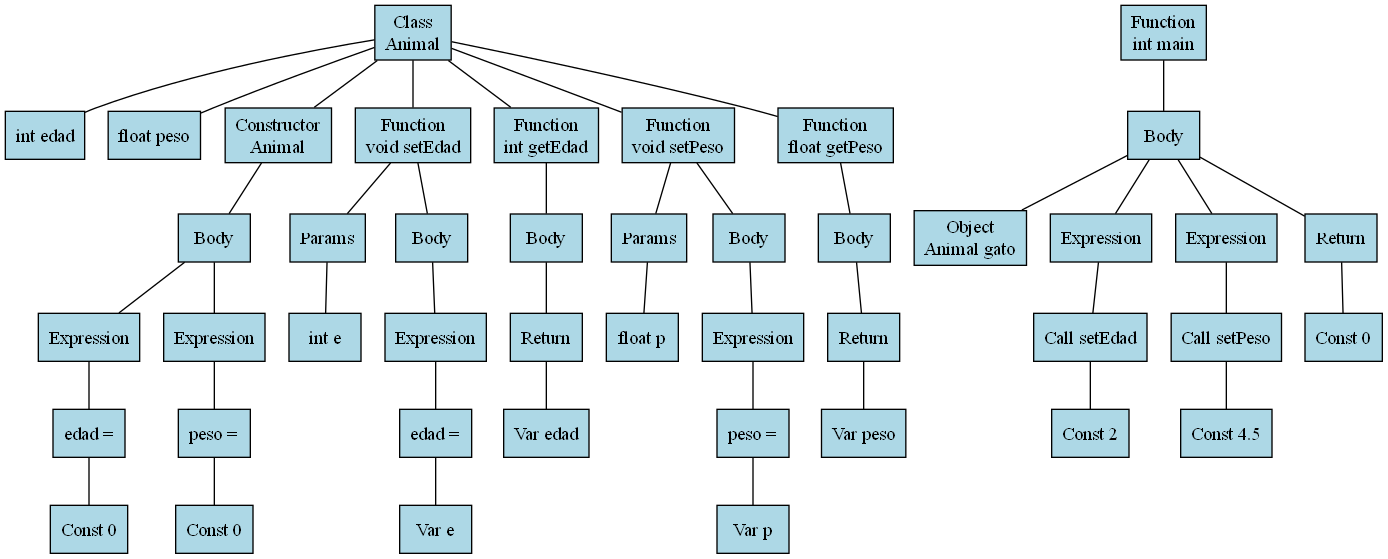
Above: ast.png in MiguelCano-ia/mini-c-plusplus (Graphviz), before the change. Its source is kept beside it as ast.dot.
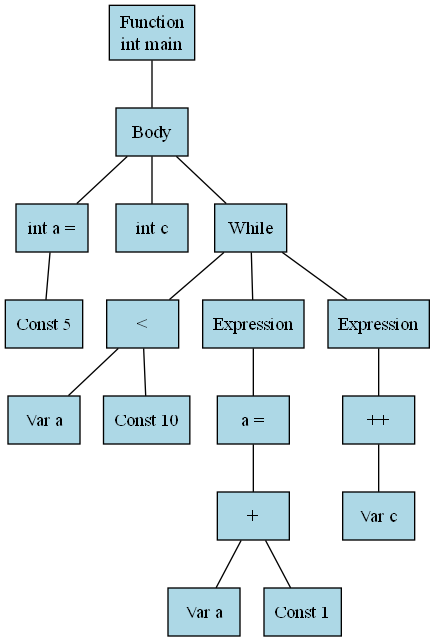
After the change.

Change to the diagram source:
```diff
@@ -1,98 +1,38 @@
 digraph ast {
 	node [fillcolor=lightblue font=bold fontcolor=black shape=box style=filled]
 	edge [arrowhead=none color=black]
-	n1 [label="Class
-Animal"]
-	n2 [label="int edad"]
-	n1 -> n2
-	n3 [label="float peso"]
+	n1 [label="Function
+int main"]
 	n1 -> n3
-	n4 [label="Constructor
-Animal"]
-	n4 -> n6
-	n6 [label=Body]
-	n7 [label=Expression]
-	n8 [label="edad ="]
-	n9 [label="Const 0"]
+	n3 [label=Body]
+	n4 [label="int a ="]
+	n5 [label="Const 5"]
+	n4 -> n5
+	n3 -> n4
+	n6 [label="int c"]
+	n3 -> n6
+	n7 [label=While]
+	n8 [label="<"]
+	n9 [label="Var a"]
+	n10 [label="Const 10"]
 	n8 -> n9
+	n8 -> n10
 	n7 -> n8
-	n6 -> n7
-	n10 [label=Expression]
-	n11 [label="peso ="]
-	n12 [label="Const 0"]
-	n11 -> n12
-	n10 -> n11
-	n6 -> n10
-	n1 -> n4
-	n13 [label="Function
-void setEdad"]
-	n14 [label=Params]
-	n16 [label="int e"]
-	n14 -> n16
+	n11 [label=Expression]
+	n12 [label="a ="]
+	n13 [label="+"]
+	n14 [label="Var a"]
+	n15 [label="Const 1"]
 	n13 -> n14
 	n13 -> n15
-	n15 [label=Body]
-	n17 [label=Expression]
-	n18 [label="edad ="]
-	n19 [label="Var e"]
-	n18 -> n19
+	n12 -> n13
+	n11 -> n12
+	n7 -> n11
+	n16 [label=Expression]
+	n17 [label="++"]
+	n18 [label="Var c"]
 	n17 -> n18
-	n15 -> n17
-	n1 -> n13
-	n20 [label="Function
-int getEdad"]
-	n20 -> n22
-	n22 [label=Body]
-	n23 [label=Return]
-	n24 [label="Var edad"]
-	n23 -> n24
-	n22 -> n23
-	n1 -> n20
-	n25 [label="Function
-void setPeso"]
-	n26 [label=Params]
-	n28 [label="float p"]
-	n26 -> n28
-	n25 -> n26
-	n25 -> n27
-	n27 [label=Body]
-	n29 [label=Expression]
-	n30 [label="peso ="]
-	n31 [label="Var p"]
-	n30 -> n31
-	n29 -> n30
-	n27 -> n29
-	n1 -> n25
-	n32 [label="Function
-float getPeso"]
-	n32 -> n34
-	n34 [label=Body]
-	n35 [label=Return]
-	n36 [label="Var peso"]
-	n35 -> n36
-	n34 -> n35
-	n1 -> n32
-	n37 [label="Function
-int main"]
-	n37 -> n39
-	n39 [label=Body]
-	n40 [label="Object
-Animal gato"]
-	n39 -> n40
-	n41 [label=Expression]
-	n42 [label="Call setEdad"]
-	n43 [label="Const 2"]
-	n42 -> n43
-	n41 -> n42
-	n39 -> n41
-	n44 [label=Expression]
-	n45 [label="Call setPeso"]
-	n46 [label="Const 4.5"]
-	n45 -> n46
-	n44 -> n45
-	n39 -> n44
-	n47 [label=Return]
-	n48 [label="Const 0"]
-	n47 -> n48
-	n39 -> n47
+	n16 -> n17
+	n7 -> n16
+	n3 -> n7
 }
```
